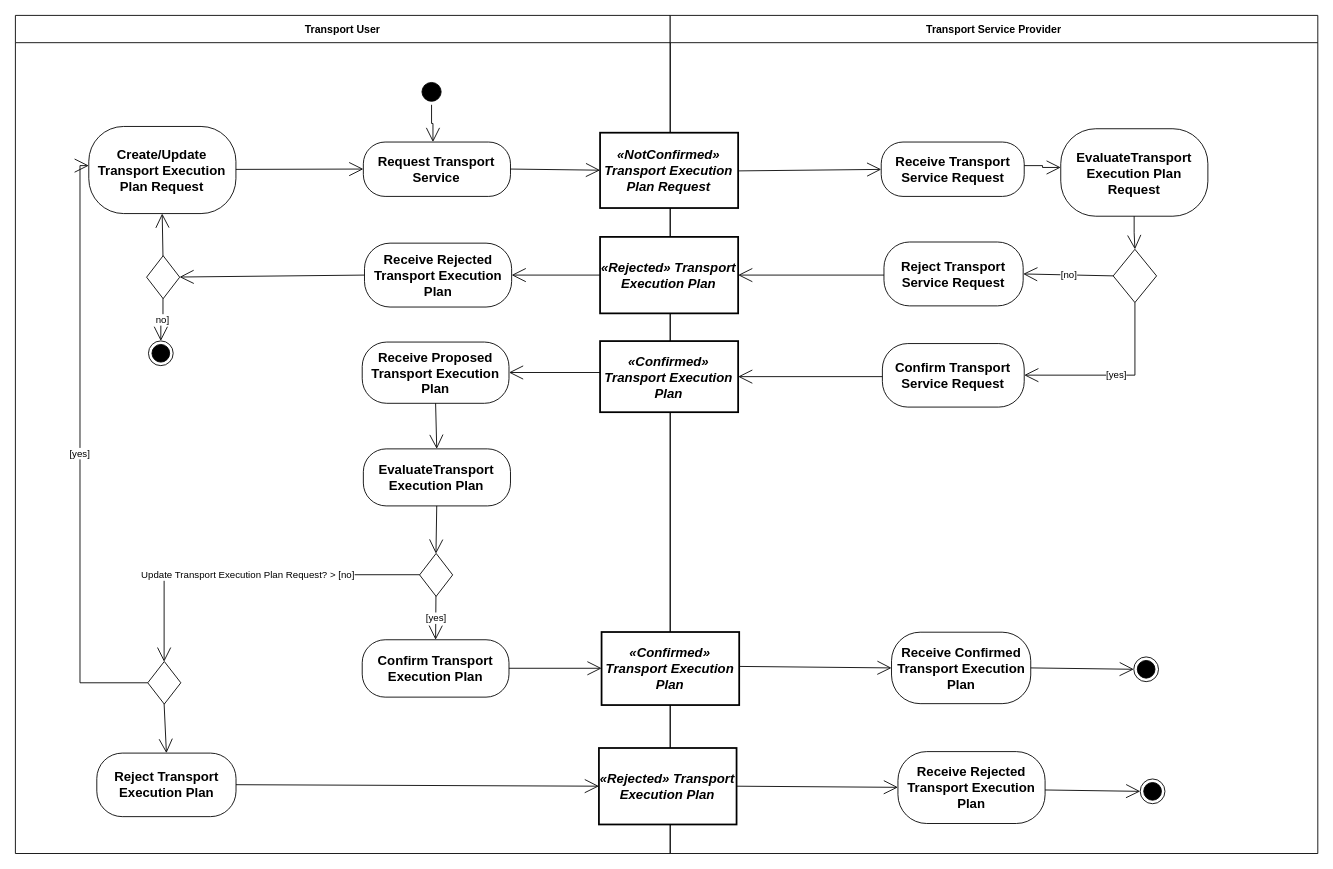
This is examples/UBL-2.2-IMFM-BasicTransportExecutionPlan/UBL-2.2-IMFM-BasicTransportExecutionPlan.drawio from kduvekot/ubl-work-on-svg-images, a draw.io file, before an edit. Source tidied: cells renumbered, new cells numbered last; positions are measured from the earlier drawing's top-left corner, leaving out a move shared by most shapes. Both pictures are drawn from the tidied source at 88%, with x=0, y=0 at pixel (15, 15).
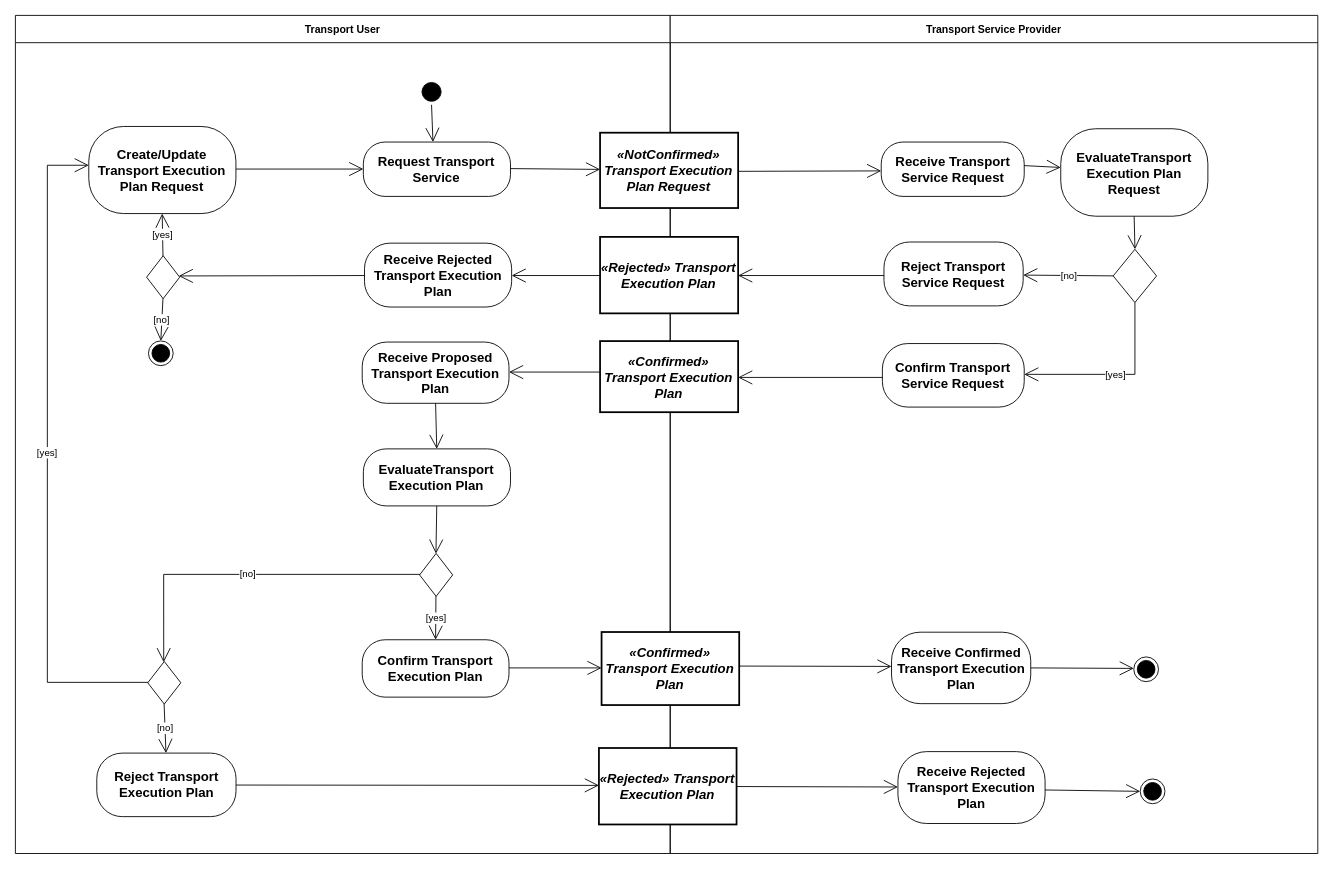
After the change.

The change refers to these unchanged cells:
```xml
<mxCell id="4" style="ellipse;html=1;shape=startState;fillColor=#000000;strokeColor=#000000;fontFamily=Helvetica;fontSize=15;" parent="1" vertex="1">
  <mxGeometry x="458" y="72.2" width="29.8" height="29.4" as="geometry" />
</mxCell>
<mxCell id="5" value="Create/Update Transport Execution Plan Request" style="rounded=1;arcSize=40;whiteSpace=wrap;html=1;fontStyle=1;fontFamily=Helvetica;fontSize=15;" parent="1" vertex="1">
  <mxGeometry x="83.4" y="126.2" width="167.2" height="99" as="geometry" />
</mxCell>
<mxCell id="6" value="EvaluateTransport Execution Plan Request" style="rounded=1;arcSize=40;whiteSpace=wrap;html=1;fontStyle=1;fontFamily=Helvetica;fontSize=15;" parent="1" vertex="1">
  <mxGeometry x="1187.9" y="128.8" width="167.2" height="99.4" as="geometry" />
</mxCell>
<mxCell id="7" value="«NotConfirmed» Transport Execution Plan Request" style="rounded=0;whiteSpace=wrap;html=1;fontStyle=3;strokeWidth=2;fontFamily=Helvetica;fontSize=15;" parent="1" vertex="1">
  <mxGeometry x="664.4" y="133.3" width="156.9" height="85.6" as="geometry" />
</mxCell>
<mxCell id="8" value="Request Transport Service" style="rounded=1;arcSize=40;whiteSpace=wrap;html=1;fontStyle=1;fontFamily=Helvetica;fontSize=15;" parent="1" vertex="1">
  <mxGeometry x="395.4" y="143.9" width="167.2" height="61.8" as="geometry" />
</mxCell>
<mxCell id="9" value="Receive Transport Service Request" style="rounded=1;arcSize=40;whiteSpace=wrap;html=1;fontStyle=1;fontFamily=Helvetica;fontSize=15;" parent="1" vertex="1">
  <mxGeometry x="983.9" y="143.9" width="162.5" height="61.8" as="geometry" />
</mxCell>
<mxCell id="10" value="«Rejected» Transport Execution Plan" style="rounded=0;whiteSpace=wrap;html=1;fontStyle=3;strokeWidth=2;fontFamily=Helvetica;fontSize=15;" parent="1" vertex="1">
  <mxGeometry x="664.4" y="251.7" width="156.9" height="86.9" as="geometry" />
</mxCell>
<mxCell id="11" value="Reject Transport Service Request" style="rounded=1;arcSize=40;whiteSpace=wrap;html=1;fontStyle=1;fontFamily=Helvetica;fontSize=15;" parent="1" vertex="1">
  <mxGeometry x="987" y="257.5" width="158.2" height="72.6" as="geometry" />
</mxCell>
<mxCell id="12" value="Receive Rejected Transport Execution Plan" style="rounded=1;arcSize=40;whiteSpace=wrap;html=1;fontStyle=1;fontFamily=Helvetica;fontSize=15;" parent="1" vertex="1">
  <mxGeometry x="396.7" y="258.8" width="167.2" height="72.6" as="geometry" />
</mxCell>
<mxCell id="13" style="rhombus;whiteSpace=wrap;html=1;fontFamily=Helvetica;fontSize=15;" parent="1" vertex="1">
  <mxGeometry x="1247.5" y="265.8" width="49.3" height="60.5" as="geometry" />
</mxCell>
<mxCell id="14" style="rhombus;whiteSpace=wrap;html=1;fontFamily=Helvetica;fontSize=15;" parent="1" vertex="1">
  <mxGeometry x="149.1" y="273.1" width="37.6" height="48.8" as="geometry" />
</mxCell>
<mxCell id="15" style="ellipse;html=1;shape=endState;fillColor=#000000;strokeColor=#000000;fontFamily=Helvetica;fontSize=15;" parent="1" vertex="1">
  <mxGeometry x="151.2" y="369.9" width="28.1" height="28.1" as="geometry" />
</mxCell>
<mxCell id="16" value="«Confirmed» Transport Execution Plan" style="rounded=0;whiteSpace=wrap;html=1;fontStyle=3;strokeWidth=2;fontFamily=Helvetica;fontSize=15;" parent="1" vertex="1">
  <mxGeometry x="664.4" y="370.1" width="156.9" height="80.8" as="geometry" />
</mxCell>
<mxCell id="17" value="Receive Proposed Transport Execution Plan" style="rounded=1;arcSize=40;whiteSpace=wrap;html=1;fontStyle=1;fontFamily=Helvetica;fontSize=15;" parent="1" vertex="1">
  <mxGeometry x="394.1" y="371.2" width="166.8" height="69.6" as="geometry" />
</mxCell>
<mxCell id="18" value="Confirm Transport Service Request" style="rounded=1;arcSize=40;whiteSpace=wrap;html=1;fontStyle=1;fontFamily=Helvetica;fontSize=15;" parent="1" vertex="1">
  <mxGeometry x="985.2" y="372.9" width="161.2" height="72.2" as="geometry" />
</mxCell>
<mxCell id="20" style="rhombus;whiteSpace=wrap;html=1;fontFamily=Helvetica;fontSize=15;" parent="1" vertex="1">
  <mxGeometry x="459.3" y="611.4" width="37.6" height="48.8" as="geometry" />
</mxCell>
<mxCell id="21" value="Receive Confirmed Transport Execution Plan" style="rounded=1;arcSize=40;whiteSpace=wrap;html=1;fontStyle=1;fontFamily=Helvetica;fontSize=15;" parent="1" vertex="1">
  <mxGeometry x="995.6" y="700.9" width="158.2" height="81.2" as="geometry" />
</mxCell>
<mxCell id="22" value="«Confirmed» Transport Execution Plan" style="rounded=0;whiteSpace=wrap;html=1;fontStyle=3;strokeWidth=2;fontFamily=Helvetica;fontSize=15;" parent="1" vertex="1">
  <mxGeometry x="666.1" y="700.7" width="156.4" height="83" as="geometry" />
</mxCell>
<mxCell id="23" value="Confirm Transport Execution Plan" style="rounded=1;arcSize=40;whiteSpace=wrap;html=1;fontStyle=1;fontFamily=Helvetica;fontSize=15;" parent="1" vertex="1">
  <mxGeometry x="394.1" y="709.5" width="166.8" height="65.2" as="geometry" />
</mxCell>
<mxCell id="24" style="ellipse;html=1;shape=endState;fillColor=#000000;strokeColor=#000000;fontFamily=Helvetica;fontSize=15;" parent="1" vertex="1">
  <mxGeometry x="1270.9" y="729" width="28.1" height="28.1" as="geometry" />
</mxCell>
<mxCell id="25" style="rhombus;whiteSpace=wrap;html=1;fontFamily=Helvetica;fontSize=15;" parent="1" vertex="1">
  <mxGeometry x="150.4" y="734.2" width="37.6" height="48.4" as="geometry" />
</mxCell>
<mxCell id="26" value="«Rejected» Transport Execution Plan" style="rounded=0;whiteSpace=wrap;html=1;fontStyle=3;strokeWidth=2;fontFamily=Helvetica;fontSize=15;" parent="1" vertex="1">
  <mxGeometry x="663.1" y="832.5" width="156.4" height="86.9" as="geometry" />
</mxCell>
<mxCell id="27" value="Receive Rejected Transport Execution Plan" style="rounded=1;arcSize=40;whiteSpace=wrap;html=1;fontStyle=1;fontFamily=Helvetica;fontSize=15;" parent="1" vertex="1">
  <mxGeometry x="1002.9" y="836.6" width="167.2" height="81.7" as="geometry" />
</mxCell>
<mxCell id="28" value="Reject Transport Execution Plan" style="rounded=1;arcSize=40;whiteSpace=wrap;html=1;fontStyle=1;fontFamily=Helvetica;fontSize=15;" parent="1" vertex="1">
  <mxGeometry x="92.5" y="838.3" width="158.2" height="72.2" as="geometry" />
</mxCell>
```

Change to the diagram source:
```diff
@@
-    <mxCell id="30" style="edgeStyle=orthogonalEdgeStyle;rounded=0;html=1;endArrow=open;endFill=0;endSize=14;exitX=0.4933;exitY=1.0;entryX=0.4731;entryY=0.0;" parent="1" edge="1" source="4" target="8">
+    <mxCell id="30" style="edgeStyle=none;rounded=0;html=1;endArrow=open;endFill=0;endSize=14;exitX=0.4933;exitY=1.0;entryX=0.4731;entryY=0.0;" parent="1" edge="1" source="4" target="8">
       <mxGeometry relative="1" as="geometry" />
     </mxCell>
-    <mxCell id="31" value="[yes]" style="edgeStyle=orthogonalEdgeStyle;rounded=0;html=1;endArrow=open;endFill=0;endSize=14;exitX=0.0;exitY=0.5;entryX=0.0;entryY=0.4495;" parent="1" edge="1" source="25" target="5">
-      <mxGeometry relative="1" as="geometry" />
+    <mxCell id="31" value="[yes]" style="edgeStyle=orthogonalEdgeStyle;rounded=0;html=1;endArrow=open;endFill=0;endSize=14;exitX=0.0;exitY=0.4897;entryX=0.0;entryY=0.4455;" parent="1" edge="1" source="25" target="5">
+      <mxGeometry relative="1" as="geometry">
+        <Array as="points">
+          <mxPoint x="36.3" y="757.9" />
+          <mxPoint x="36.3" y="170.3" />
+        </Array>
+      </mxGeometry>
     </mxCell>
-    <mxCell id="32" style="edgeStyle=orthogonalEdgeStyle;rounded=0;html=1;endArrow=open;endFill=0;endSize=14;exitX=1.0;exitY=0.4337;entryX=0.0;entryY=0.4427;" parent="1" edge="1" source="9" target="6">
+    <mxCell id="32" style="edgeStyle=none;rounded=0;html=1;endArrow=open;endFill=0;endSize=14;exitX=1.0;exitY=0.4337;entryX=0.0;entryY=0.4427;" parent="1" edge="1" source="9" target="6">
       <mxGeometry relative="1" as="geometry" />
     </mxCell>
-    <mxCell id="33" style="edgeStyle=none;rounded=0;html=1;endArrow=open;endFill=0;endSize=14;exitX=1.0;exitY=0.4929;entryX=0.0;entryY=0.4968;" parent="1" edge="1" source="5" target="8">
+    <mxCell id="33" style="edgeStyle=none;rounded=0;html=1;endArrow=open;endFill=0;endSize=14;exitX=1.0;exitY=0.4889;entryX=0.0;entryY=0.4968;" parent="1" edge="1" source="5" target="8">
       <mxGeometry relative="1" as="geometry" />
     </mxCell>
-    <mxCell id="34" style="edgeStyle=none;rounded=0;html=1;endArrow=open;endFill=0;endSize=14;exitX=1.0;exitY=0.4968;entryX=0.0;entryY=0.4977;" parent="1" edge="1" source="8" target="7">
+    <mxCell id="34" style="edgeStyle=none;rounded=0;html=1;endArrow=open;endFill=0;endSize=14;exitX=1.0;exitY=0.4887;entryX=0.0;entryY=0.4871;" parent="1" edge="1" source="8" target="7">
       <mxGeometry relative="1" as="geometry" />
     </mxCell>
-    <mxCell id="35" style="edgeStyle=none;rounded=0;html=1;endArrow=open;endFill=0;endSize=14;exitX=1.0;exitY=0.507;entryX=0.0;entryY=0.5032;" parent="1" edge="1" source="7" target="9">
+    <mxCell id="35" style="edgeStyle=none;rounded=0;html=1;endArrow=open;endFill=0;endSize=14;exitX=1.0;exitY=0.5129;entryX=0.0;entryY=0.5307;" parent="1" edge="1" source="7" target="9">
       <mxGeometry relative="1" as="geometry" />
     </mxCell>
-    <mxCell id="36" style="edgeStyle=none;rounded=0;html=1;endArrow=open;endFill=0;endSize=14;exitX=0.4947;exitY=0.0;entryX=0.4988;entryY=1.0;" parent="1" edge="1" source="14" target="5">
+    <mxCell id="36" value="[yes]" style="edgeStyle=none;rounded=0;html=1;endArrow=open;endFill=0;endSize=14;exitX=0.4947;exitY=0.0;entryX=0.4988;entryY=1.0;" parent="1" edge="1" source="14" target="5">
       <mxGeometry relative="1" as="geometry" />
     </mxCell>
-    <mxCell id="37" style="edgeStyle=orthogonalEdgeStyle;rounded=0;html=1;endArrow=open;endFill=0;endSize=14;exitX=0.4988;exitY=1.0;entryX=0.501;entryY=0.0;" parent="1" edge="1" source="6" target="13">
+    <mxCell id="37" style="edgeStyle=none;rounded=0;html=1;endArrow=open;endFill=0;endSize=14;exitX=0.4988;exitY=1.0;entryX=0.501;entryY=0.0;" parent="1" edge="1" source="6" target="13">
       <mxGeometry relative="1" as="geometry" />
     </mxCell>
-    <mxCell id="38" style="edgeStyle=none;rounded=0;html=1;endArrow=open;endFill=0;endSize=14;exitX=0.0;exitY=0.5;entryX=1.0;entryY=0.4959;" parent="1" edge="1" source="12" target="14">
+    <mxCell id="38" style="edgeStyle=none;rounded=0;html=1;endArrow=open;endFill=0;endSize=14;exitX=0.0;exitY=0.5069;entryX=1.0;entryY=0.4693;" parent="1" edge="1" source="12" target="14">
       <mxGeometry relative="1" as="geometry" />
     </mxCell>
-    <mxCell id="39" style="edgeStyle=none;rounded=0;html=1;endArrow=open;endFill=0;endSize=14;exitX=0.0;exitY=0.4994;entryX=1.0;entryY=0.5;" parent="1" edge="1" source="10" target="12">
+    <mxCell id="39" style="edgeStyle=none;rounded=0;html=1;endArrow=open;endFill=0;endSize=14;exitX=0.0;exitY=0.5052;entryX=1.0;entryY=0.5069;" parent="1" edge="1" source="10" target="12">
       <mxGeometry relative="1" as="geometry" />
     </mxCell>
-    <mxCell id="40" style="edgeStyle=none;rounded=0;html=1;endArrow=open;endFill=0;endSize=14;exitX=0.0;exitY=0.5179;entryX=1.0;entryY=0.4994;" parent="1" edge="1" source="11" target="10">
+    <mxCell id="40" style="edgeStyle=none;rounded=0;html=1;endArrow=open;endFill=0;endSize=14;exitX=0.0;exitY=0.5248;entryX=1.0;entryY=0.5052;" parent="1" edge="1" source="11" target="10">
       <mxGeometry relative="1" as="geometry" />
     </mxCell>
-    <mxCell id="41" value="[no]" style="edgeStyle=none;rounded=0;html=1;endArrow=open;endFill=0;endSize=14;exitX=0.0;exitY=0.4992;entryX=1.0;entryY=0.5;" parent="1" edge="1" source="13" target="11">
+    <mxCell id="41" value="[no]" style="edgeStyle=none;rounded=0;html=1;endArrow=open;endFill=0;endSize=14;exitX=0.0;exitY=0.4992;entryX=1.0;entryY=0.5179;" parent="1" edge="1" source="13" target="11">
       <mxGeometry relative="1" as="geometry" />
     </mxCell>
-    <mxCell id="42" value="no]" style="edgeStyle=orthogonalEdgeStyle;rounded=0;html=1;endArrow=open;endFill=0;endSize=14;exitX=0.4947;exitY=1.0;entryX=0.4947;entryY=0.0;" parent="1" edge="1" source="14" target="15">
+    <mxCell id="42" value="[no]" style="edgeStyle=none;rounded=0;html=1;endArrow=open;endFill=0;endSize=14;exitX=0.4947;exitY=1.0;entryX=0.4947;entryY=0.0;" parent="1" edge="1" source="14" target="15">
       <mxGeometry relative="1" as="geometry" />
     </mxCell>
-    <mxCell id="43" value="[yes]" style="edgeStyle=orthogonalEdgeStyle;rounded=0;html=1;endArrow=open;endFill=0;endSize=14;exitX=0.501;exitY=1.0;entryX=1.0;entryY=0.4972;" parent="1" edge="1" source="13" target="18">
-      <mxGeometry relative="1" as="geometry" />
+    <mxCell id="43" value="[yes]" style="edgeStyle=orthogonalEdgeStyle;rounded=0;html=1;endArrow=open;endFill=0;endSize=14;exitX=0.501;exitY=1.0;entryX=1.0;entryY=0.4848;" parent="1" edge="1" source="13" target="18">
+      <mxGeometry relative="1" as="geometry">
+        <Array as="points">
+          <mxPoint x="1272.2" y="407.9" />
+        </Array>
+      </mxGeometry>
     </mxCell>
-    <mxCell id="44" style="edgeStyle=none;rounded=0;html=1;endArrow=open;endFill=0;endSize=14;exitX=0.0;exitY=0.4418;entryX=1.0;entryY=0.4971;" parent="1" edge="1" source="16" target="17">
+    <mxCell id="44" style="edgeStyle=none;rounded=0;html=1;endArrow=open;endFill=0;endSize=14;exitX=0.0;exitY=0.4356;entryX=1.0;entryY=0.4899;" parent="1" edge="1" source="16" target="17">
       <mxGeometry relative="1" as="geometry" />
     </mxCell>
-    <mxCell id="45" style="edgeStyle=none;rounded=0;html=1;endArrow=open;endFill=0;endSize=14;exitX=0.0;exitY=0.5208;entryX=1.0;entryY=0.5;" parent="1" edge="1" source="18" target="16">
+    <mxCell id="45" style="edgeStyle=none;rounded=0;html=1;endArrow=open;endFill=0;endSize=14;exitX=0.0;exitY=0.5332;entryX=1.0;entryY=0.5111;" parent="1" edge="1" source="18" target="16">
       <mxGeometry relative="1" as="geometry" />
     </mxCell>
@@
-    <mxCell id="48" value="Update Transport Execution Plan Request? &gt; [no]" style="edgeStyle=orthogonalEdgeStyle;rounded=0;html=1;endArrow=open;endFill=0;endSize=14;exitX=0.0;exitY=0.4959;entryX=0.4947;entryY=0.0;" parent="1" edge="1" source="20" target="25">
-      <mxGeometry relative="1" as="geometry" />
+    <mxCell id="48" value="[no]" style="edgeStyle=orthogonalEdgeStyle;rounded=0;html=1;endArrow=open;endFill=0;endSize=14;exitX=0.0;exitY=0.4877;entryX=0.4814;entryY=0.0;" parent="1" edge="1" source="20" target="25">
+      <mxGeometry relative="1" as="geometry">
+        <Array as="points">
+          <mxPoint x="168.5" y="635.2" />
+        </Array>
+      </mxGeometry>
     </mxCell>
@@
-    <mxCell id="50" style="edgeStyle=none;rounded=0;html=1;endArrow=open;endFill=0;endSize=14;exitX=1.0;exitY=0.4711;entryX=0.0;entryY=0.5;" parent="1" edge="1" source="22" target="21">
+    <mxCell id="50" style="edgeStyle=none;rounded=0;html=1;endArrow=open;endFill=0;endSize=14;exitX=1.0;exitY=0.4663;entryX=0.0;entryY=0.4791;" parent="1" edge="1" source="22" target="21">
       <mxGeometry relative="1" as="geometry" />
     </mxCell>
-    <mxCell id="51" style="edgeStyle=none;rounded=0;html=1;endArrow=open;endFill=0;endSize=14;exitX=1.0;exitY=0.4969;entryX=0.0;entryY=0.4964;" parent="1" edge="1" source="23" target="22">
+    <mxCell id="51" style="edgeStyle=none;rounded=0;html=1;endArrow=open;endFill=0;endSize=14;exitX=1.0;exitY=0.4908;entryX=0.0;entryY=0.4916;" parent="1" edge="1" source="23" target="22">
       <mxGeometry relative="1" as="geometry" />
     </mxCell>
-    <mxCell id="52" style="edgeStyle=none;rounded=0;html=1;endArrow=open;endFill=0;endSize=14;exitX=1.0;exitY=0.5;entryX=0.0;entryY=0.4911;" parent="1" edge="1" source="21" target="24">
+    <mxCell id="52" style="edgeStyle=none;rounded=0;html=1;endArrow=open;endFill=0;endSize=14;exitX=1.0;exitY=0.5;entryX=0.0;entryY=0.4591;" parent="1" edge="1" source="21" target="24">
       <mxGeometry relative="1" as="geometry" />
     </mxCell>
-    <mxCell id="53" style="edgeStyle=none;rounded=0;html=1;endArrow=open;endFill=0;endSize=14;exitX=0.4947;exitY=1.0;entryX=0.5;entryY=0.0;" parent="1" edge="1" source="25" target="28">
+    <mxCell id="53" value="[no]" style="edgeStyle=none;rounded=0;html=1;endArrow=open;endFill=0;endSize=14;exitX=0.4947;exitY=1.0;entryX=0.4968;entryY=0.0;" parent="1" edge="1" source="25" target="28">
       <mxGeometry relative="1" as="geometry" />
     </mxCell>
-    <mxCell id="54" style="edgeStyle=none;rounded=0;html=1;endArrow=open;endFill=0;endSize=14;exitX=1.0;exitY=0.4972;entryX=0.0;entryY=0.4994;" parent="1" edge="1" source="28" target="26">
+    <mxCell id="54" style="edgeStyle=none;rounded=0;html=1;endArrow=open;endFill=0;endSize=14;exitX=1.0;exitY=0.5028;entryX=0.0;entryY=0.4891;" parent="1" edge="1" source="28" target="26">
       <mxGeometry relative="1" as="geometry" />
     </mxCell>
-    <mxCell id="55" style="edgeStyle=none;rounded=0;html=1;endArrow=open;endFill=0;endSize=14;exitX=1.0;exitY=0.4994;entryX=0.0;entryY=0.4969;" parent="1" edge="1" source="26" target="27">
+    <mxCell id="55" style="edgeStyle=none;rounded=0;html=1;endArrow=open;endFill=0;endSize=14;exitX=1.0;exitY=0.504;entryX=0.0;entryY=0.492;" parent="1" edge="1" source="26" target="27">
       <mxGeometry relative="1" as="geometry" />
     </mxCell>
```
